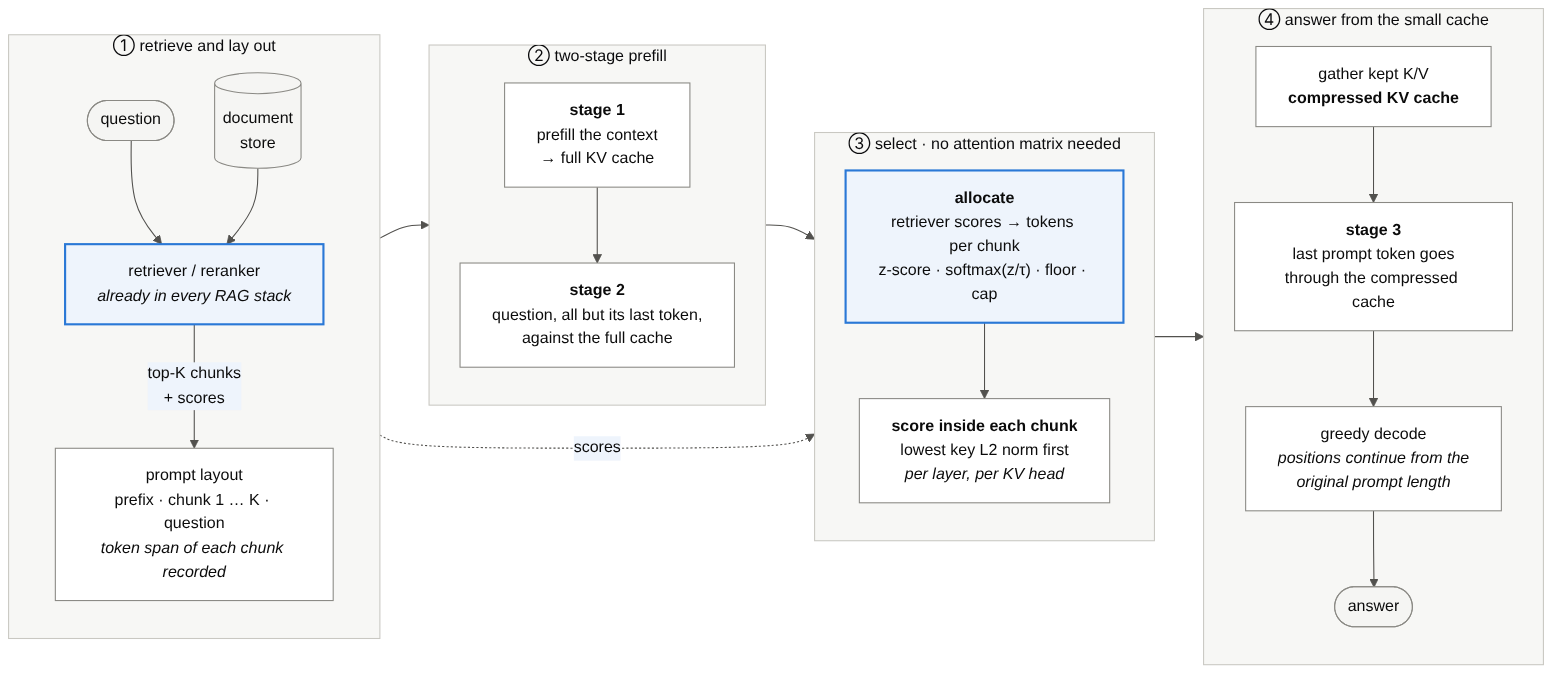
ekambaranath/ragkv keeps this Mermaid diagram as docs/img/pipeline.png. Above is the earlier version. Its source is kept beside it as docs/diagrams/pipeline.mmd. Its diagram source:
```mermaid
flowchart LR
    subgraph A ["① retrieve and lay out"]
        direction TB
        Q(["question"]):::data
        DB[("document<br/>store")]:::data
        RET["retriever / reranker<br/><i>already in every RAG stack</i>"]:::ours
        LAY["prompt layout<br/>prefix · chunk 1 … K · question<br/><i>token span of each chunk recorded</i>"]
        Q --> RET
        DB --> RET
        RET -- "top-K chunks<br/>+ scores" --> LAY
    end

    subgraph B ["② two-stage prefill"]
        direction TB
        S1["<b>stage 1</b><br/>prefill the context<br/>→ full KV cache"]
        S2["<b>stage 2</b><br/>question, all but its last token,<br/>against the full cache"]
        S1 --> S2
    end

    subgraph C ["③ select · no attention matrix needed"]
        direction TB
        ALLOC["<b>allocate</b><br/>retriever scores → tokens per chunk<br/>z-score · softmax(z/τ) · floor · cap"]:::ours
        SCORE["<b>score inside each chunk</b><br/>lowest key L2 norm first<br/><i>per layer, per KV head</i>"]
        ALLOC --> SCORE
    end

    subgraph D ["④ answer from the small cache"]
        direction TB
        PRUNE["gather kept K/V<br/><b>compressed KV cache</b>"]
        S3["<b>stage 3</b><br/>last prompt token goes<br/>through the compressed cache"]
        DEC["greedy decode<br/><i>positions continue from the<br/>original prompt length</i>"]
        ANS(["answer"]):::data
        PRUNE --> S3 --> DEC --> ANS
    end

    LAY --> S1
    S2 --> ALLOC
    RET -. "scores" .-> ALLOC
    SCORE --> PRUNE

    classDef ours fill:#eef4fc,stroke:#2a78d6,stroke-width:2px
    classDef data fill:#f5f5f3,stroke:#8a8984
```
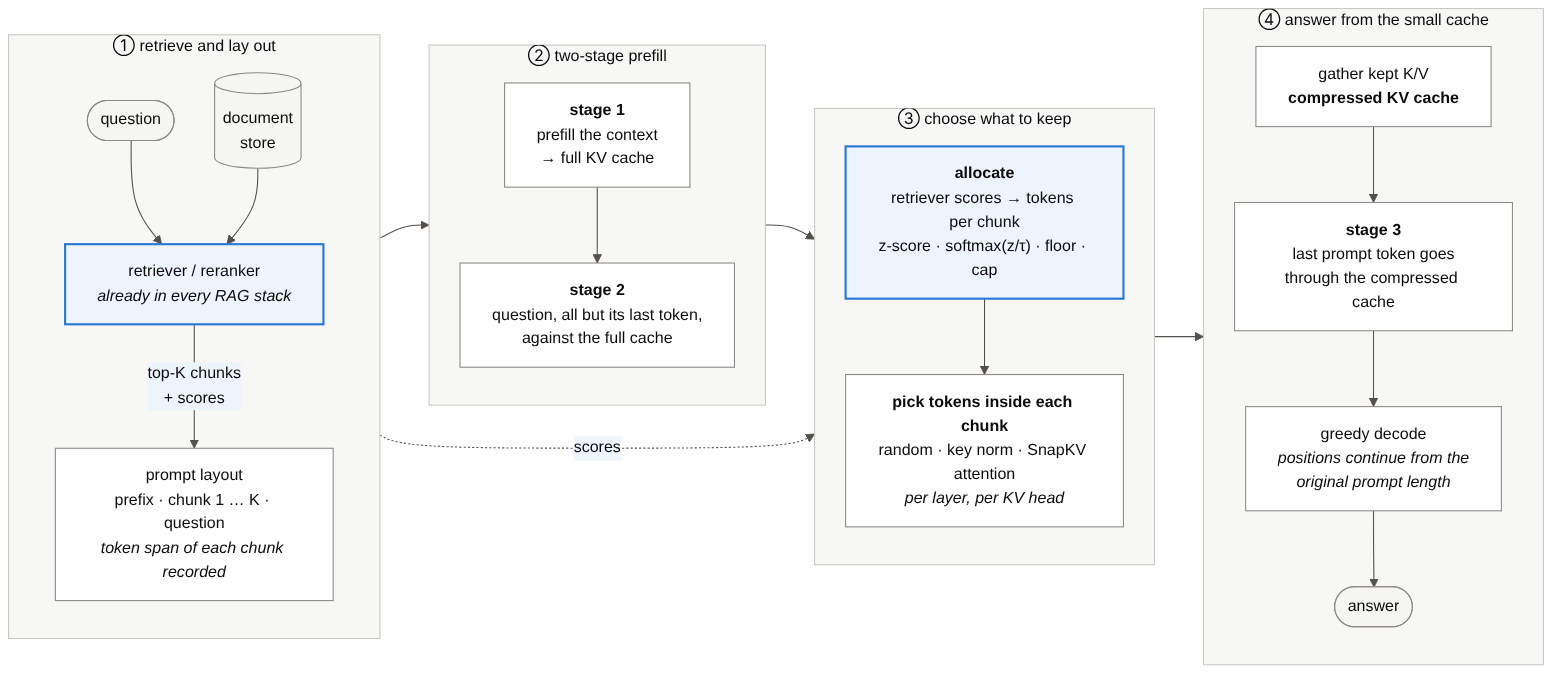
After the commit.

Commit message:
README: add measured results, figures and reproduce steps

Change to the diagram source:
```diff
@@ -17,10 +17,10 @@
         S1 --> S2
     end
 
-    subgraph C ["③ select · no attention matrix needed"]
+    subgraph C ["③ choose what to keep"]
         direction TB
         ALLOC["<b>allocate</b><br/>retriever scores → tokens per chunk<br/>z-score · softmax(z/τ) · floor · cap"]:::ours
-        SCORE["<b>score inside each chunk</b><br/>lowest key L2 norm first<br/><i>per layer, per KV head</i>"]
+        SCORE["<b>pick tokens inside each chunk</b><br/>random · key norm · SnapKV attention<br/><i>per layer, per KV head</i>"]
         ALLOC --> SCORE
     end
 
```
